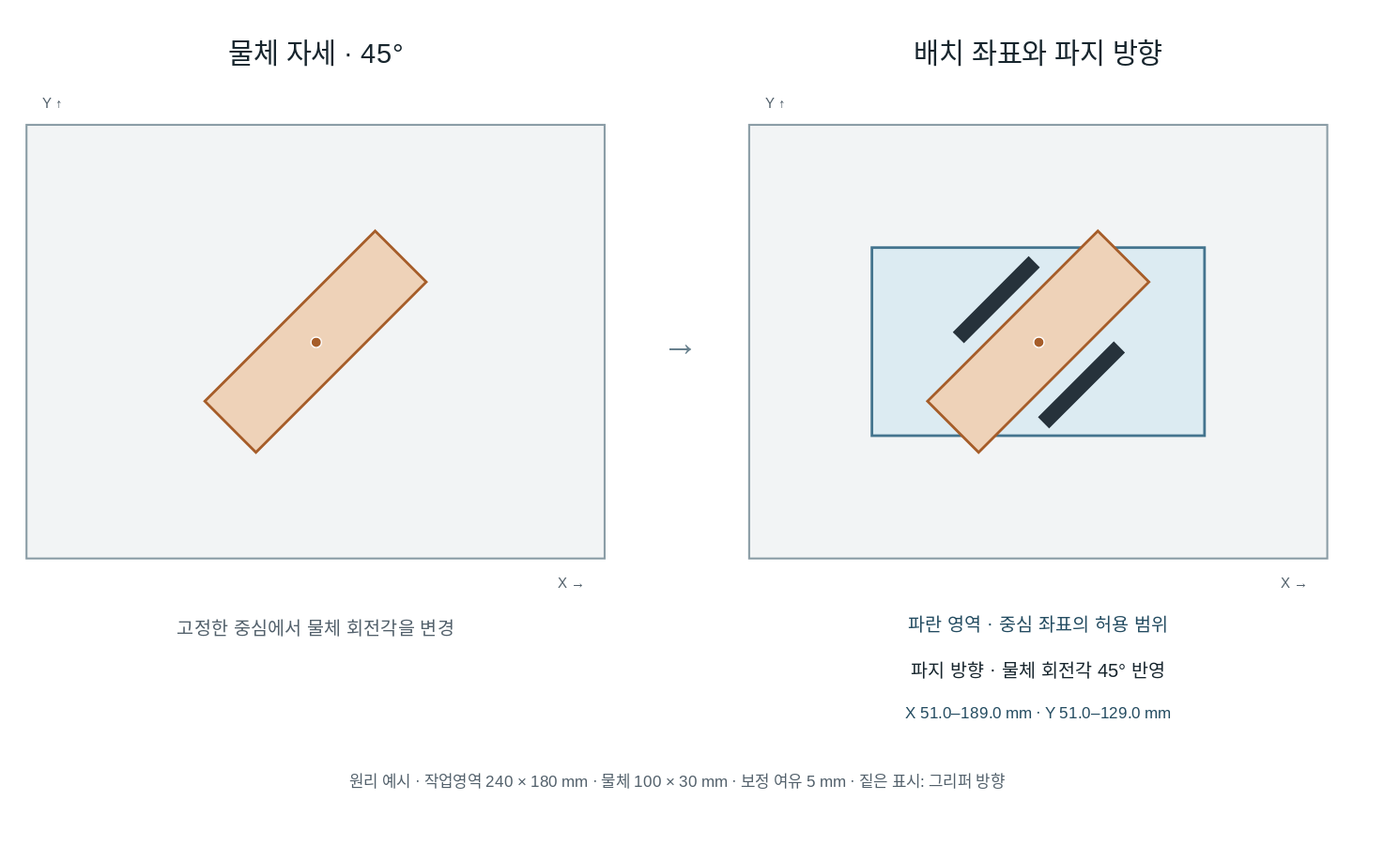
Before: docs/portfolio/workspace-45.drawio.svg, a diagram exported from draw.io (hasemu1211/fr5-lerobot-connector). Source tidied: cells renumbered, new cells last; positions are measured from the earlier drawing's top-left corner, leaving out a move shared by most shapes.
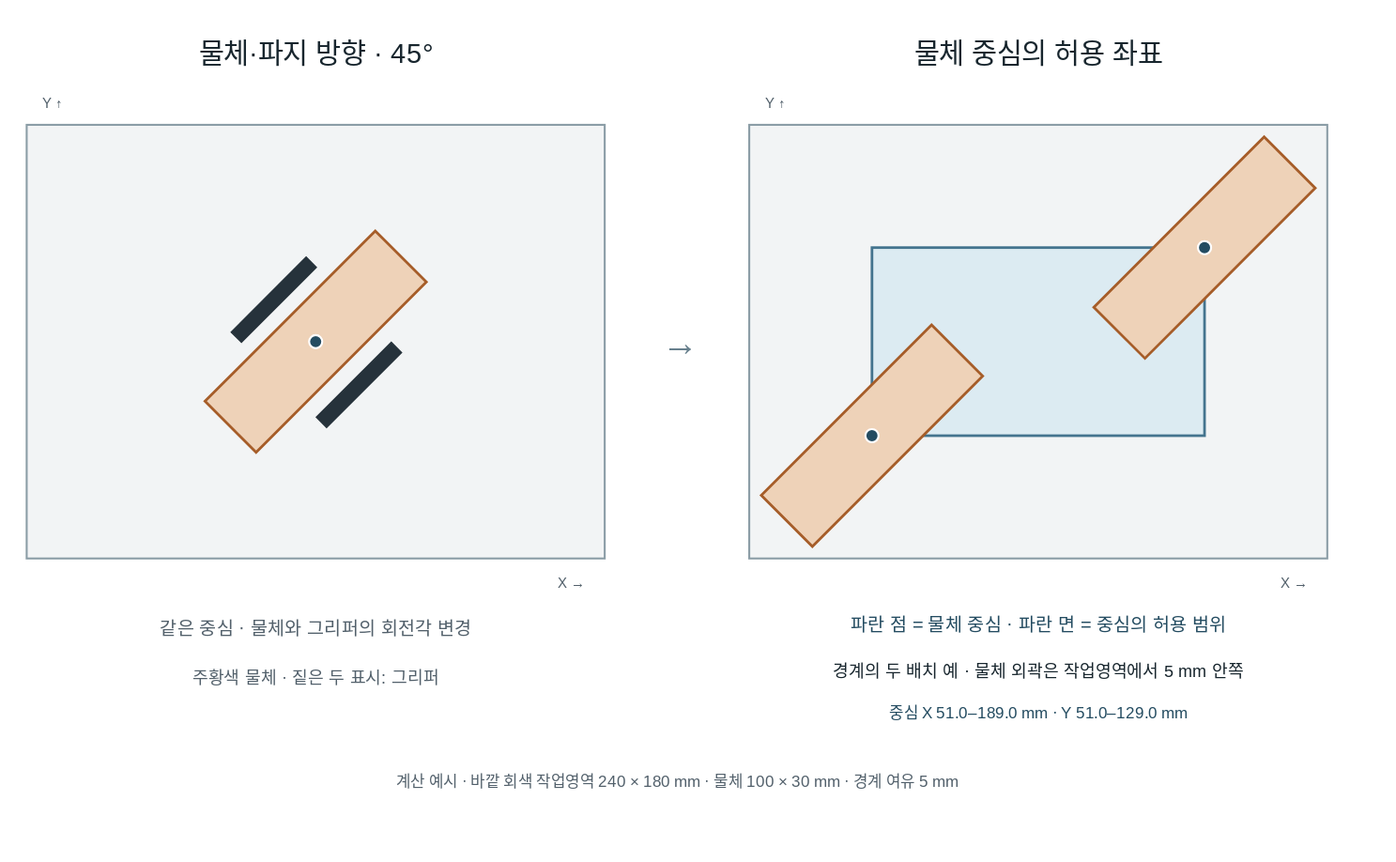
After the change.

The edit, as a diff of the source:
```diff
@@ -2,10 +2,10 @@
   <root>
     <mxCell id="0" />
     <mxCell id="1" parent="0" />
-    <mxCell id="2" value="물체 자세 · 45°" style="html=1;whiteSpace=wrap;fontFamily=Noto Sans CJK KR;fontSize=14;fontColor=#17252d;spacing=0;text;strokeColor=none;fillColor=none;fontSize=21;fontColor=#17252d;align=center;verticalAlign=middle;" parent="1" vertex="1">
+    <mxCell id="2" value="물체·파지 방향 · 45°" style="html=1;whiteSpace=wrap;fontFamily=Noto Sans CJK KR;fontSize=14;fontColor=#17252d;spacing=0;text;strokeColor=none;fillColor=none;fontSize=21;fontColor=#17252d;align=center;verticalAlign=middle;" parent="1" vertex="1">
       <mxGeometry width="440" height="40" as="geometry" />
     </mxCell>
-    <mxCell id="3" value="배치 좌표와 파지 방향" style="html=1;whiteSpace=wrap;fontFamily=Noto Sans CJK KR;fontSize=14;fontColor=#17252d;spacing=0;text;strokeColor=none;fillColor=none;fontSize=21;fontColor=#17252d;align=center;verticalAlign=middle;" parent="1" vertex="1">
+    <mxCell id="3" value="물체 중심의 허용 좌표" style="html=1;whiteSpace=wrap;fontFamily=Noto Sans CJK KR;fontSize=14;fontColor=#17252d;spacing=0;text;strokeColor=none;fillColor=none;fontSize=21;fontColor=#17252d;align=center;verticalAlign=middle;" parent="1" vertex="1">
       <mxGeometry x="550" width="440" height="40" as="geometry" />
     </mxCell>
     <mxCell id="4" style="html=1;whiteSpace=wrap;fontFamily=Noto Sans CJK KR;fontSize=14;fontColor=#17252d;spacing=0;fillColor=#f2f4f5;strokeColor=#8b9da6;strokeWidth=1.5;align=center;verticalAlign=middle;" parent="1" vertex="1">
@@ -32,37 +32,46 @@
     <mxCell id="11" style="html=1;whiteSpace=wrap;fontFamily=Noto Sans CJK KR;fontSize=14;fontColor=#17252d;spacing=0;fillColor=#eed2b8;strokeColor=#a65d29;strokeWidth=2;rotation=-45;align=center;verticalAlign=middle;" parent="1" vertex="1">
       <mxGeometry x="128.3" y="212.5" width="183.3" height="55" as="geometry" />
     </mxCell>
-    <mxCell id="12" style="html=1;whiteSpace=wrap;fontFamily=Noto Sans CJK KR;fontSize=14;fontColor=#17252d;spacing=0;ellipse;fillColor=#a65d29;strokeColor=#fff;strokeWidth=1;align=center;verticalAlign=middle;" parent="1" vertex="1">
-      <mxGeometry x="216" y="236" width="8" height="8" as="geometry" />
+    <mxCell id="12" style="html=1;whiteSpace=wrap;fontFamily=Noto Sans CJK KR;fontSize=14;fontColor=#17252d;spacing=0;ellipse;fillColor=#244c61;strokeColor=#fff;strokeWidth=1.5;align=center;verticalAlign=middle;" parent="1" vertex="1">
+      <mxGeometry x="215" y="235" width="10" height="10" as="geometry" />
     </mxCell>
-    <mxCell id="13" style="html=1;whiteSpace=wrap;fontFamily=Noto Sans CJK KR;fontSize=14;fontColor=#17252d;spacing=0;fillColor=#eed2b8;strokeColor=#a65d29;strokeWidth=2;rotation=-45;align=center;verticalAlign=middle;" parent="1" vertex="1">
-      <mxGeometry x="678.3" y="212.5" width="183.3" height="55" as="geometry" />
-    </mxCell>
-    <mxCell id="14" style="html=1;whiteSpace=wrap;fontFamily=Noto Sans CJK KR;fontSize=14;fontColor=#17252d;spacing=0;ellipse;fillColor=#a65d29;strokeColor=#fff;strokeWidth=1;align=center;verticalAlign=middle;" parent="1" vertex="1">
-      <mxGeometry x="766" y="236" width="8" height="8" as="geometry" />
-    </mxCell>
+    <mxCell id="23" style="html=1;whiteSpace=wrap;fontFamily=Noto Sans CJK KR;fontSize=14;fontColor=#17252d;spacing=0;fillColor=#eed2b8;strokeColor=#a65d29;strokeWidth=2;rotation=-45;align=center;verticalAlign=middle;" parent="1" vertex="1">
+      <mxGeometry x="551.8" y="284.1" width="183.3" height="55" as="geometry" />
+    </mxCell>
+    <mxCell id="24" style="html=1;whiteSpace=wrap;fontFamily=Noto Sans CJK KR;fontSize=14;fontColor=#17252d;spacing=0;ellipse;fillColor=#244c61;strokeColor=#fff;strokeWidth=1.5;align=center;verticalAlign=middle;" parent="1" vertex="1">
+      <mxGeometry x="638.4" y="306.6" width="10" height="10" as="geometry" />
+    </mxCell>
+    <mxCell id="25" style="html=1;whiteSpace=wrap;fontFamily=Noto Sans CJK KR;fontSize=14;fontColor=#17252d;spacing=0;fillColor=#eed2b8;strokeColor=#a65d29;strokeWidth=2;rotation=-45;align=center;verticalAlign=middle;" parent="1" vertex="1">
+      <mxGeometry x="804.9" y="140.9" width="183.3" height="55" as="geometry" />
+    </mxCell>
+    <mxCell id="26" style="html=1;whiteSpace=wrap;fontFamily=Noto Sans CJK KR;fontSize=14;fontColor=#17252d;spacing=0;ellipse;fillColor=#244c61;strokeColor=#fff;strokeWidth=1.5;align=center;verticalAlign=middle;" parent="1" vertex="1">
+      <mxGeometry x="891.6" y="163.4" width="10" height="10" as="geometry" />
+    </mxCell>
     <mxCell id="15" style="html=1;whiteSpace=wrap;fontFamily=Noto Sans CJK KR;fontSize=14;fontColor=#17252d;spacing=0;fillColor=#26323b;strokeColor=#26323b;rotation=-45;align=center;verticalAlign=middle;" parent="1" vertex="1">
-      <mxGeometry x="762.1" y="266.9" width="80.7" height="11" as="geometry" />
+      <mxGeometry x="212.1" y="266.9" width="80.7" height="11" as="geometry" />
     </mxCell>
     <mxCell id="16" style="html=1;whiteSpace=wrap;fontFamily=Noto Sans CJK KR;fontSize=14;fontColor=#17252d;spacing=0;fillColor=#26323b;strokeColor=#26323b;rotation=-45;align=center;verticalAlign=middle;" parent="1" vertex="1">
-      <mxGeometry x="697.3" y="202.1" width="80.7" height="11" as="geometry" />
+      <mxGeometry x="147.3" y="202.1" width="80.7" height="11" as="geometry" />
     </mxCell>
-    <mxCell id="17" value="고정한 중심에서 물체 회전각을 변경" style="html=1;whiteSpace=wrap;fontFamily=Noto Sans CJK KR;fontSize=14;fontColor=#17252d;spacing=0;text;strokeColor=none;fillColor=none;fontSize=14;fontColor=#52606b;align=center;verticalAlign=middle;" parent="1" vertex="1">
+    <mxCell id="17" value="같은 중심 · 물체와 그리퍼의 회전각 변경" style="html=1;whiteSpace=wrap;fontFamily=Noto Sans CJK KR;fontSize=14;fontColor=#17252d;spacing=0;text;strokeColor=none;fillColor=none;fontSize=14;fontColor=#52606b;align=center;verticalAlign=middle;" parent="1" vertex="1">
       <mxGeometry y="440" width="440" height="35" as="geometry" />
     </mxCell>
+    <mxCell id="19" value="주황색 물체 · 짙은 두 표시: 그리퍼" style="html=1;whiteSpace=wrap;fontFamily=Noto Sans CJK KR;fontSize=14;fontColor=#17252d;spacing=0;text;strokeColor=none;fillColor=none;fontSize=13;fontColor=#52606b;align=center;verticalAlign=middle;" parent="1" vertex="1">
+      <mxGeometry y="480" width="440" height="30" as="geometry" />
+    </mxCell>
-    <mxCell id="18" value="파란 영역 · 중심 좌표의 허용 범위" style="html=1;whiteSpace=wrap;fontFamily=Noto Sans CJK KR;fontSize=14;fontColor=#17252d;spacing=0;text;strokeColor=none;fillColor=none;fontSize=14;fontColor=#244c61;align=center;verticalAlign=middle;" parent="1" vertex="1">
+    <mxCell id="18" value="파란 점 = 물체 중심 · 파란 면 = 중심의 허용 범위" style="html=1;whiteSpace=wrap;fontFamily=Noto Sans CJK KR;fontSize=14;fontColor=#17252d;spacing=0;text;strokeColor=none;fillColor=none;fontSize=14;fontColor=#244c61;align=center;verticalAlign=middle;" parent="1" vertex="1">
       <mxGeometry x="550" y="440" width="440" height="30" as="geometry" />
     </mxCell>
-    <mxCell id="19" value="파지 방향 · 물체 회전각 45° 반영" style="html=1;whiteSpace=wrap;fontFamily=Noto Sans CJK KR;fontSize=14;fontColor=#17252d;spacing=0;text;strokeColor=none;fillColor=none;fontSize=14;fontColor=#17252d;align=center;verticalAlign=middle;" parent="1" vertex="1">
-      <mxGeometry x="550" y="475" width="440" height="30" as="geometry" />
-    </mxCell>
+    <mxCell id="27" value="경계의 두 배치 예 · 물체 외곽은 작업영역에서 5 mm 안쪽" style="html=1;whiteSpace=wrap;fontFamily=Noto Sans CJK KR;fontSize=14;fontColor=#17252d;spacing=0;text;strokeColor=none;fillColor=none;fontSize=13;fontColor=#17252d;align=center;verticalAlign=middle;" parent="1" vertex="1">
+      <mxGeometry x="540" y="475" width="460" height="30" as="geometry" />
+    </mxCell>
-    <mxCell id="20" value="X 51.0–189.0 mm · Y 51.0–129.0 mm" style="html=1;whiteSpace=wrap;fontFamily=Noto Sans CJK KR;fontSize=14;fontColor=#17252d;spacing=0;text;strokeColor=none;fillColor=none;fontSize=12;fontColor=#244c61;align=center;verticalAlign=middle;" parent="1" vertex="1">
+    <mxCell id="20" value="중심 X 51.0–189.0 mm · Y 51.0–129.0 mm" style="html=1;whiteSpace=wrap;fontFamily=Noto Sans CJK KR;fontSize=14;fontColor=#17252d;spacing=0;text;strokeColor=none;fillColor=none;fontSize=12;fontColor=#244c61;align=center;verticalAlign=middle;" parent="1" vertex="1">
       <mxGeometry x="550" y="510" width="440" height="25" as="geometry" />
     </mxCell>
     <mxCell id="21" value="→" style="html=1;whiteSpace=wrap;fontFamily=Noto Sans CJK KR;fontSize=14;fontColor=#17252d;spacing=0;text;strokeColor=none;fillColor=none;fontSize=28;fontColor=#68808d;align=center;verticalAlign=middle;" parent="1" vertex="1">
       <mxGeometry x="460" y="210" width="75" height="60" as="geometry" />
     </mxCell>
-    <mxCell id="22" value="원리 예시 · 작업영역 240 × 180 mm · 물체 100 × 30 mm · 보정 여유 5 mm · 짙은 표시: 그리퍼 방향" style="html=1;whiteSpace=wrap;fontFamily=Noto Sans CJK KR;fontSize=14;fontColor=#17252d;spacing=0;text;strokeColor=none;fillColor=none;fontSize=12;fontColor=#52606b;align=center;verticalAlign=middle;" parent="1" vertex="1">
+    <mxCell id="22" value="계산 예시 · 바깥 회색 작업영역 240 × 180 mm · 물체 100 × 30 mm · 경계 여유 5 mm" style="html=1;whiteSpace=wrap;fontFamily=Noto Sans CJK KR;fontSize=14;fontColor=#17252d;spacing=0;text;strokeColor=none;fillColor=none;fontSize=12;fontColor=#52606b;align=center;verticalAlign=middle;" parent="1" vertex="1">
       <mxGeometry y="555" width="990" height="40" as="geometry" />
     </mxCell>
   </root>
```
